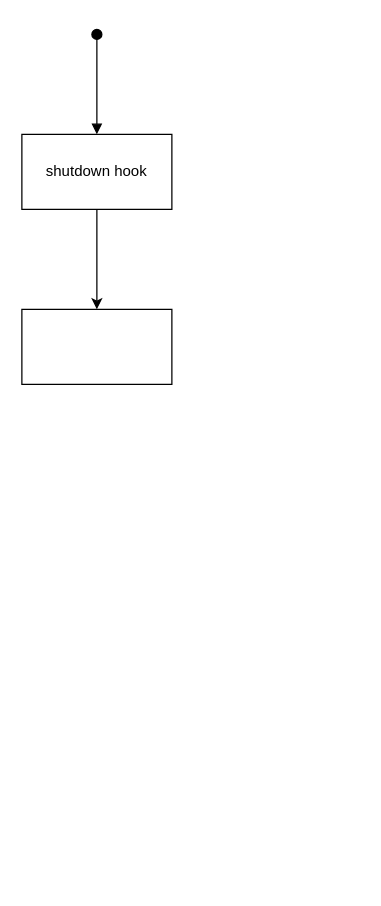
teaho2015-blog/Spring-source-code-Learning keeps this draw.io diagram as boot/spring-boot-shutdown.drawio. Above is the earlier version. Source tidied: cells renumbered, new cells numbered last; positions are measured from the earlier drawing's top-left corner, leaving out a move shared by most shapes. Both pictures are drawn from the tidied source at 125%, with x=0, y=0 at pixel (21, 34).
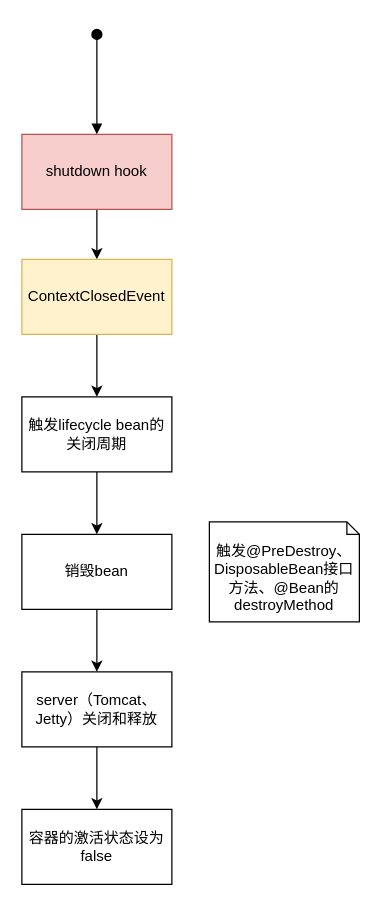
Above is the later version.

Commit message (it also covers changes not shown here):
[upd]spring boot shutdown uml.

Change to the diagram source:
```diff
@@
 <mxGraphModel>
   <root>
     <mxCell id="0" />
     <mxCell id="1" parent="0" />
     <mxCell id="2" style="edgeStyle=orthogonalEdgeStyle;rounded=0;jettySize=auto;html=1;" parent="1" edge="1" source="3" target="5">
       <mxGeometry relative="1" as="geometry" />
     </mxCell>
-    <mxCell id="3" value="shutdown hook" style="rounded=0;whiteSpace=wrap;html=1;" parent="1" vertex="1">
+    <mxCell id="3" value="shutdown hook" style="rounded=0;whiteSpace=wrap;html=1;fillColor=#f8cecc;strokeColor=#b85450;" parent="1" vertex="1">
       <mxGeometry y="80" width="120" height="60" as="geometry" />
     </mxCell>
     <mxCell id="4" style="html=1;verticalAlign=bottom;startArrow=oval;startFill=1;endArrow=block;startSize=8;rounded=0;entryX=0.5;entryY=0;entryDx=0;entryDy=0;" parent="1" edge="1" target="3">
       <mxGeometry relative="1" as="geometry">
         <mxPoint x="60" as="sourcePoint" />
       </mxGeometry>
     </mxCell>
+    <mxCell id="6" style="edgeStyle=orthogonalEdgeStyle;rounded=0;jettySize=auto;html=1;" parent="1" edge="1" source="5" target="8">
+      <mxGeometry relative="1" as="geometry" />
+    </mxCell>
-    <mxCell id="5" style="whiteSpace=wrap;html=1;rounded=0;" parent="1" vertex="1">
-      <mxGeometry y="220" width="120" height="60" as="geometry" />
+    <mxCell id="5" value="ContextClosedEvent" style="whiteSpace=wrap;html=1;rounded=0;fillColor=#fff2cc;strokeColor=#d6b656;" parent="1" vertex="1">
+      <mxGeometry y="180" width="120" height="60" as="geometry" />
     </mxCell>
+    <mxCell id="7" style="edgeStyle=orthogonalEdgeStyle;rounded=0;jettySize=auto;html=1;" parent="1" edge="1" source="8" target="10">
+      <mxGeometry relative="1" as="geometry" />
+    </mxCell>
+    <mxCell id="8" value="触发lifecycle bean的关闭周期" style="whiteSpace=wrap;html=1;rounded=0;" parent="1" vertex="1">
+      <mxGeometry y="290" width="120" height="60" as="geometry" />
+    </mxCell>
+    <mxCell id="9" style="edgeStyle=orthogonalEdgeStyle;rounded=0;jettySize=auto;html=1;" parent="1" edge="1" source="10" target="13">
+      <mxGeometry relative="1" as="geometry" />
+    </mxCell>
+    <mxCell id="10" value="销毁bean" style="whiteSpace=wrap;html=1;rounded=0;" parent="1" vertex="1">
+      <mxGeometry y="400" width="120" height="60" as="geometry" />
+    </mxCell>
+    <mxCell id="11" value="触发@PreDestroy、DisposableBean接口方法、@Bean的destroyMethod" style="shape=note2;boundedLbl=1;whiteSpace=wrap;html=1;size=10;verticalAlign=top;align=center;" parent="1" vertex="1">
+      <mxGeometry x="150" y="390" width="120" height="80" as="geometry" />
+    </mxCell>
+    <mxCell id="12" style="edgeStyle=orthogonalEdgeStyle;rounded=0;jettySize=auto;html=1;" parent="1" edge="1" source="13" target="14">
+      <mxGeometry relative="1" as="geometry" />
+    </mxCell>
+    <mxCell id="13" value="server（Tomcat、Jetty）关闭和释放" style="whiteSpace=wrap;html=1;rounded=0;" parent="1" vertex="1">
+      <mxGeometry y="510" width="120" height="60" as="geometry" />
+    </mxCell>
+    <mxCell id="14" value="容器的激活状态设为false" style="whiteSpace=wrap;html=1;rounded=0;" parent="1" vertex="1">
+      <mxGeometry y="620" width="120" height="60" as="geometry" />
+    </mxCell>
   </root>
 </mxGraphModel>
```
